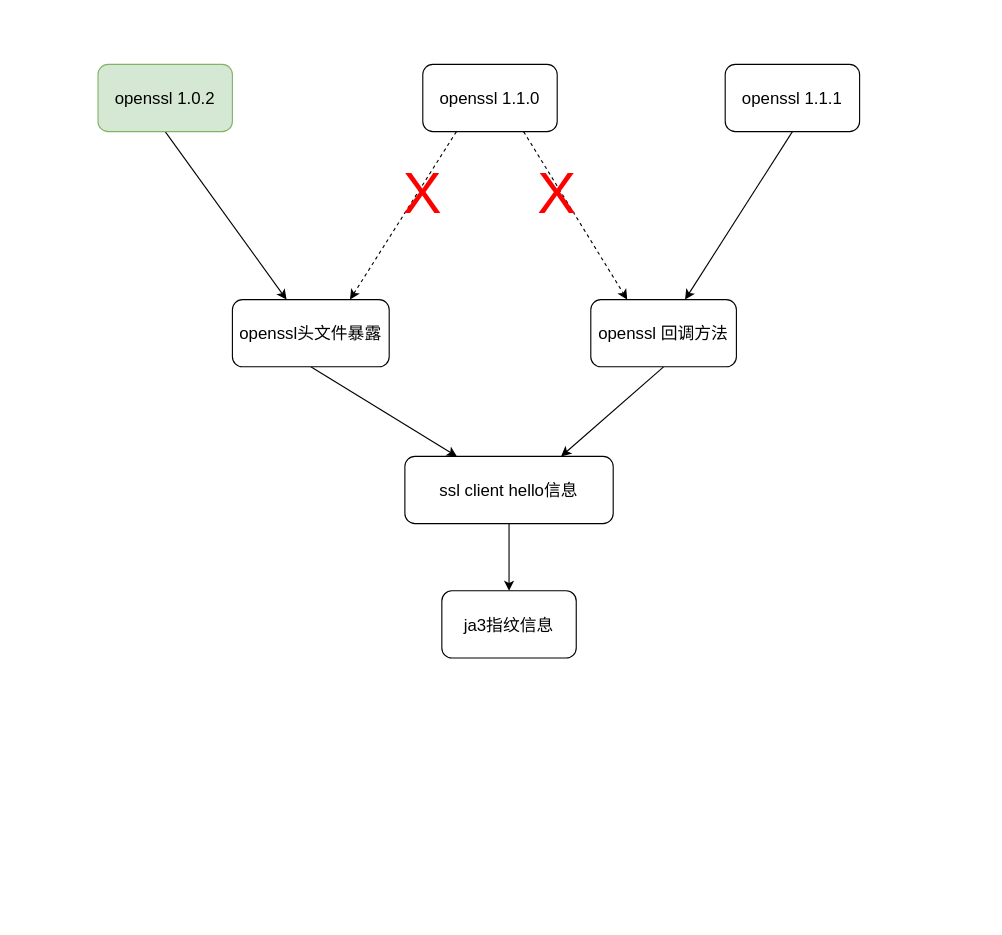
lishuai-0/picture_source_file_draw_io keeps this draw.io diagram as openssl_ja3.drawio. Above is the earlier version. Source tidied: cells renumbered, new cells numbered last; positions are measured from the earlier drawing's top-left corner, leaving out a move shared by most shapes. Both pictures are drawn from the tidied source at 112%, with x=0, y=0 at pixel (97, 64).
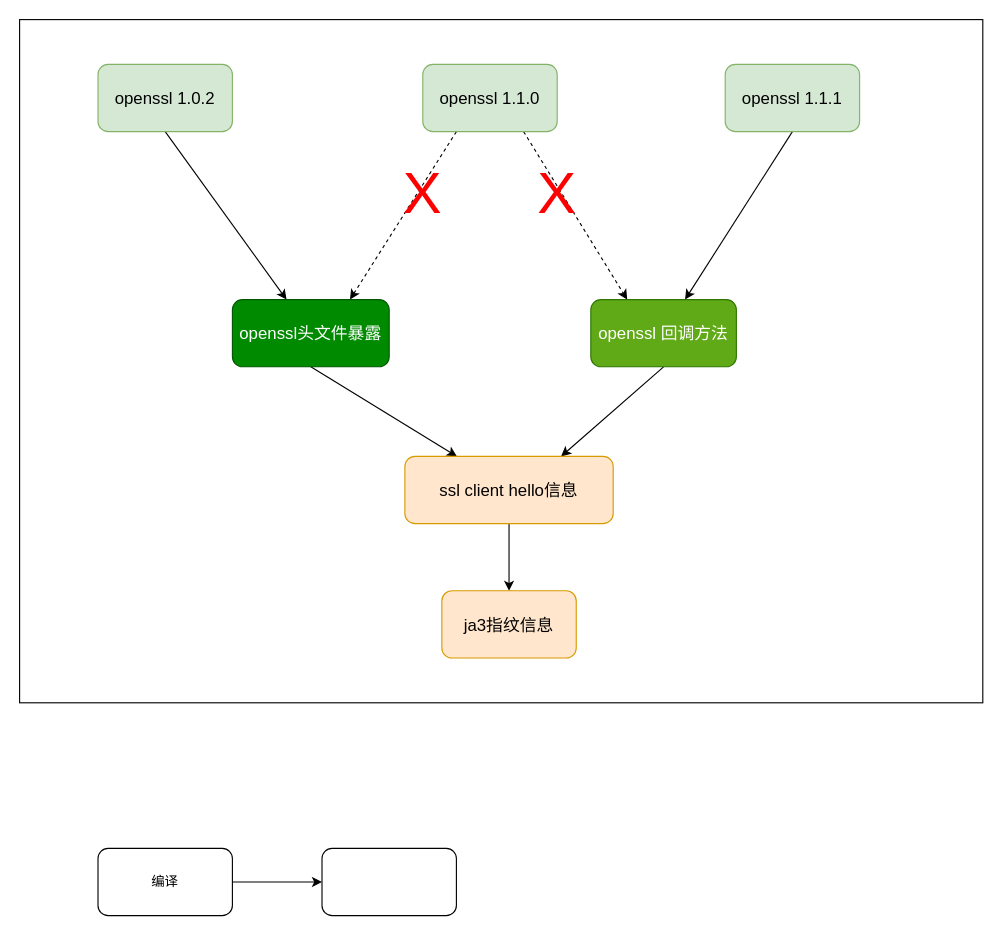
Above is the later version.

Change to the diagram source:
```diff
@@
+    <mxCell id="18" style="rounded=0;whiteSpace=wrap;html=1;" parent="1" vertex="1">
+      <mxGeometry x="-70" y="-40" width="860" height="610" as="geometry" />
+    </mxCell>
@@
-    <mxCell id="6" value="&lt;font style=&quot;font-size: 15px;&quot;&gt;openssl 1.1.0&lt;/font&gt;" style="rounded=1;whiteSpace=wrap;html=1;" parent="1" vertex="1">
+    <mxCell id="6" value="&lt;font style=&quot;font-size: 15px;&quot;&gt;openssl 1.1.0&lt;/font&gt;" style="rounded=1;whiteSpace=wrap;html=1;fillColor=#d5e8d4;strokeColor=#82b366;" parent="1" vertex="1">
       <mxGeometry x="290" width="120" height="60" as="geometry" />
     </mxCell>
@@
-    <mxCell id="8" value="&lt;font style=&quot;font-size: 15px;&quot;&gt;openssl 1.1.1&lt;/font&gt;" style="rounded=1;whiteSpace=wrap;html=1;" parent="1" vertex="1">
+    <mxCell id="8" value="&lt;font style=&quot;font-size: 15px;&quot;&gt;openssl 1.1.1&lt;/font&gt;" style="rounded=1;whiteSpace=wrap;html=1;fillColor=#d5e8d4;strokeColor=#82b366;" parent="1" vertex="1">
       <mxGeometry x="560" width="120" height="60" as="geometry" />
     </mxCell>
@@
-    <mxCell id="10" value="&lt;font style=&quot;font-size: 15px;&quot;&gt;openssl头文件暴露&lt;/font&gt;" style="rounded=1;whiteSpace=wrap;html=1;" parent="1" vertex="1">
+    <mxCell id="10" value="&lt;font style=&quot;font-size: 15px;&quot;&gt;openssl头文件暴露&lt;/font&gt;" style="rounded=1;whiteSpace=wrap;html=1;fillColor=#008a00;strokeColor=#005700;fontColor=#ffffff;" parent="1" vertex="1">
       <mxGeometry x="120" y="210" width="140" height="60" as="geometry" />
     </mxCell>
@@
-    <mxCell id="12" value="&lt;font style=&quot;font-size: 15px;&quot;&gt;openssl 回调方法&lt;/font&gt;" style="rounded=1;whiteSpace=wrap;html=1;" parent="1" vertex="1">
+    <mxCell id="12" value="&lt;font style=&quot;font-size: 15px;&quot;&gt;openssl 回调方法&lt;/font&gt;" style="rounded=1;whiteSpace=wrap;html=1;fillColor=#60a917;strokeColor=#2D7600;fontColor=#ffffff;" parent="1" vertex="1">
       <mxGeometry x="440" y="210" width="130" height="60" as="geometry" />
     </mxCell>
@@
-    <mxCell id="14" value="&lt;font style=&quot;font-size: 15px;&quot;&gt;ssl client hello信息&lt;/font&gt;" style="rounded=1;whiteSpace=wrap;html=1;" parent="1" vertex="1">
+    <mxCell id="14" value="&lt;font style=&quot;font-size: 15px;&quot;&gt;ssl client hello信息&lt;/font&gt;" style="rounded=1;whiteSpace=wrap;html=1;fillColor=#ffe6cc;strokeColor=#d79b00;" parent="1" vertex="1">
       <mxGeometry x="274" y="350" width="186" height="60" as="geometry" />
     </mxCell>
-    <mxCell id="15" value="&lt;font style=&quot;font-size: 15px;&quot;&gt;ja3指纹信息&lt;/font&gt;" style="rounded=1;whiteSpace=wrap;html=1;" parent="1" vertex="1">
+    <mxCell id="15" value="&lt;font style=&quot;font-size: 15px;&quot;&gt;ja3指纹信息&lt;/font&gt;" style="rounded=1;whiteSpace=wrap;html=1;fillColor=#ffe6cc;strokeColor=#d79b00;" parent="1" vertex="1">
       <mxGeometry x="307" y="470" width="120" height="60" as="geometry" />
     </mxCell>
@@
+    <mxCell id="19" style="edgeStyle=orthogonalEdgeStyle;rounded=0;jettySize=auto;html=1;exitX=1;exitY=0.5;exitDx=0;exitDy=0;entryX=0;entryY=0.5;entryDx=0;entryDy=0;" parent="1" edge="1" source="20" target="21">
+      <mxGeometry relative="1" as="geometry" />
+    </mxCell>
+    <mxCell id="20" value="编译" style="rounded=1;whiteSpace=wrap;html=1;" parent="1" vertex="1">
+      <mxGeometry y="700" width="120" height="60" as="geometry" />
+    </mxCell>
+    <mxCell id="21" style="rounded=1;whiteSpace=wrap;html=1;" parent="1" vertex="1">
+      <mxGeometry x="200" y="700" width="120" height="60" as="geometry" />
+    </mxCell>
```
